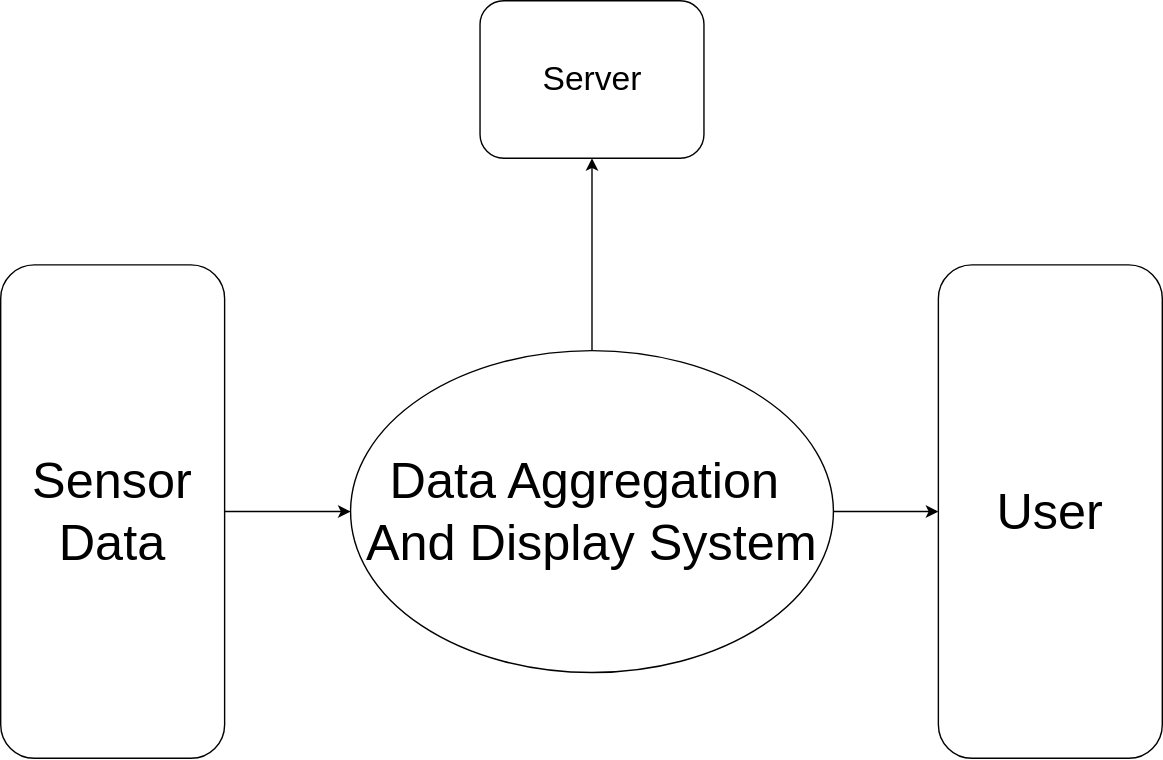
The draw.io diagram Documents/Diagrams/dfdlvl0.svg in whkolath/TerraTek, before a commit. Source tidied: cells renumbered, new cells last; positions are measured from the earlier drawing's top-left corner, leaving out a move shared by most shapes.
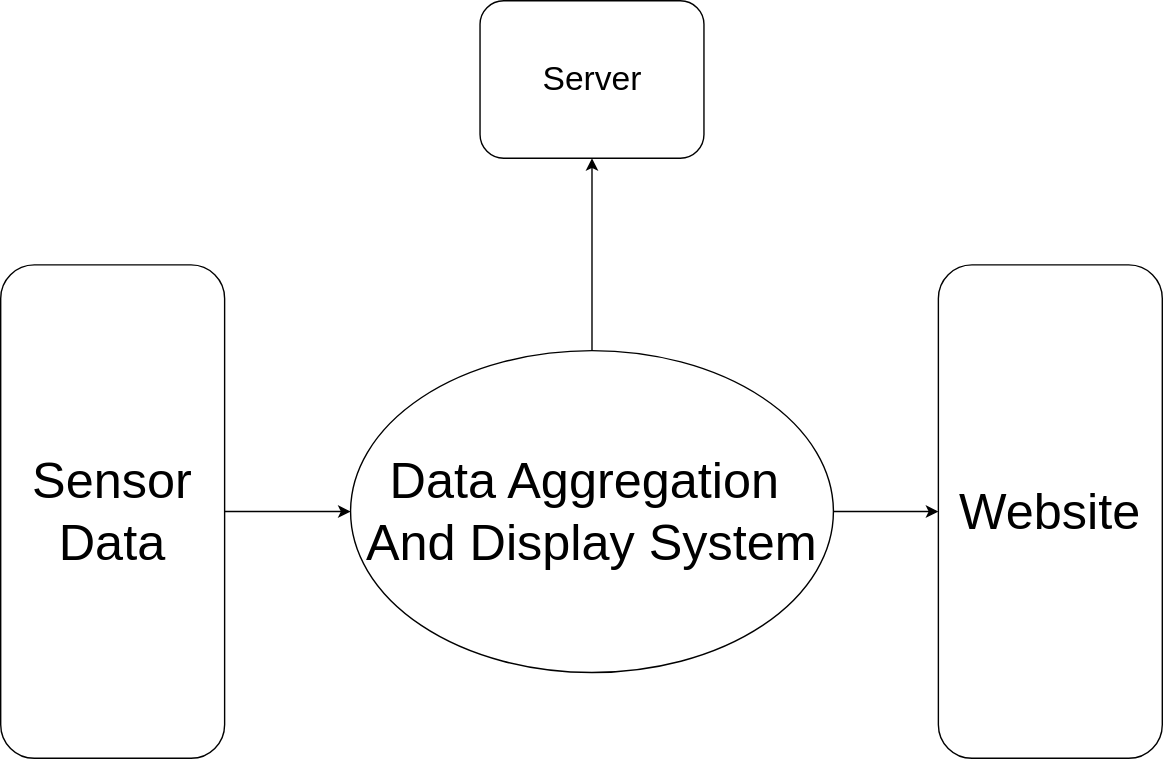
Above is the later version.

Change to the diagram source:
```diff
@@ -8,7 +8,7 @@
     <mxCell id="3" value="Sensor&lt;div&gt;Data&lt;/div&gt;" style="rounded=1;whiteSpace=wrap;html=1;fontSize=36;" parent="1" vertex="1">
       <mxGeometry y="188.8" width="160" height="352.5" as="geometry" />
     </mxCell>
-    <mxCell id="4" value="User" style="rounded=1;whiteSpace=wrap;html=1;fontSize=36;" parent="1" vertex="1">
+    <mxCell id="4" value="Website" style="rounded=1;whiteSpace=wrap;html=1;fontSize=36;" parent="1" vertex="1">
       <mxGeometry x="670" y="188.8" width="160" height="352.5" as="geometry" />
     </mxCell>
     <mxCell id="5" value="Server" style="rounded=1;whiteSpace=wrap;html=1;fontSize=24;" parent="1" vertex="1">
```
